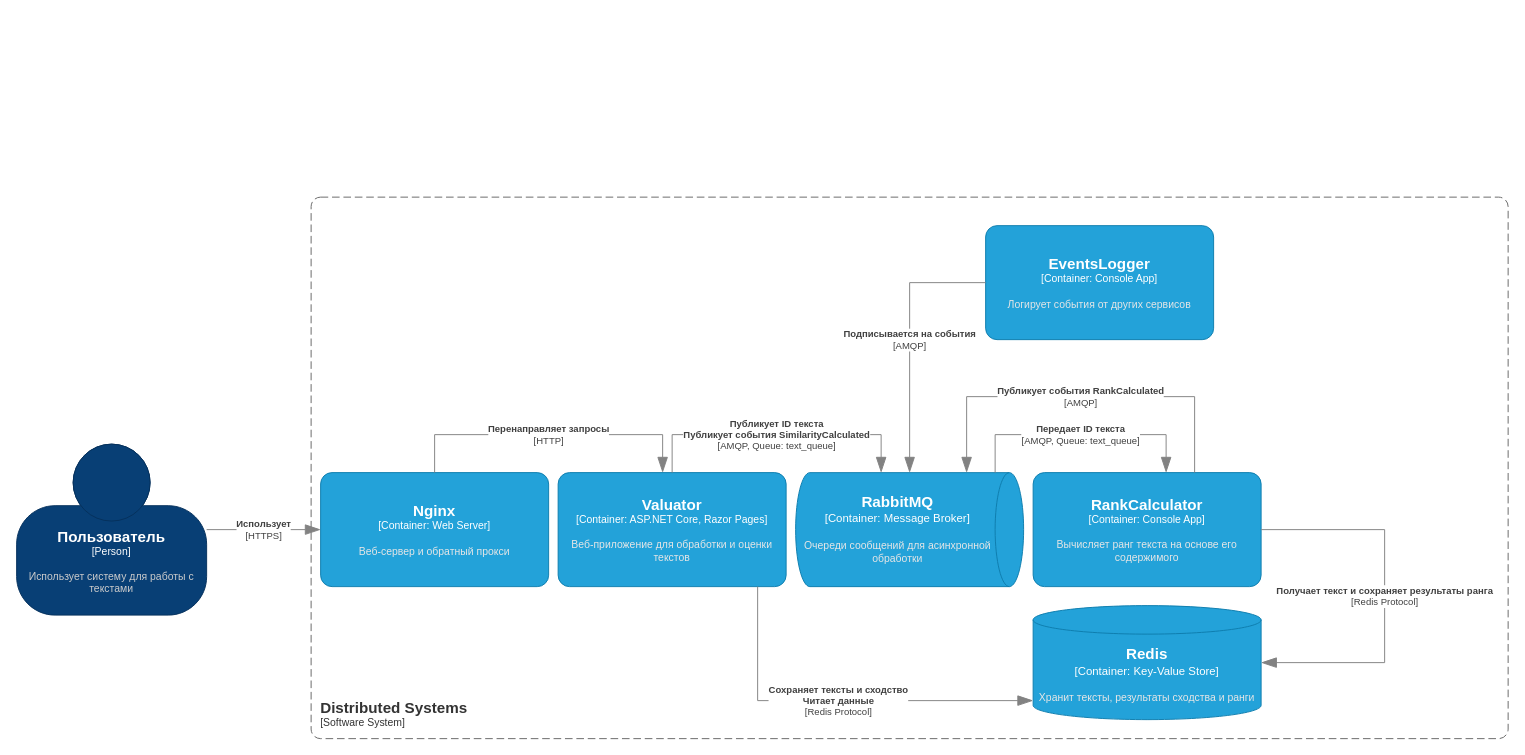
Before: lab-5/C4.drawio in roman-kutimskii/distributed-systems, a draw.io diagram. Source tidied: cells renumbered, new cells numbered last; positions are measured from the earlier drawing's top-left corner, leaving out a move shared by most shapes. Both pictures are drawn from the tidied source at 95%, with x=0, y=0 at pixel (16, 197).
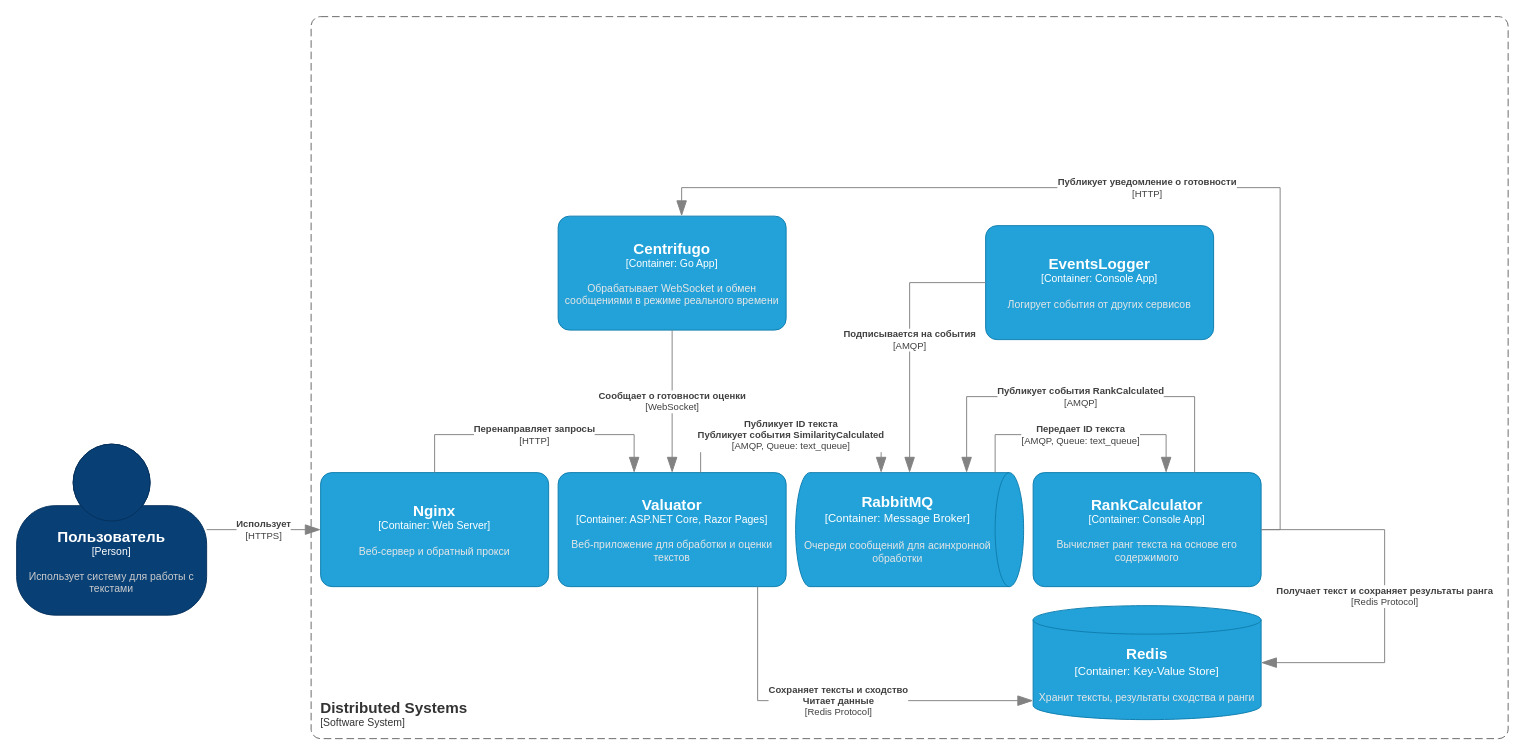
The same page after the edit.

Commit message:
Обновить схему

Unchanged cells that the change refers to:
```xml
<object id="4" label="&lt;font style=&quot;font-size: 16px&quot;&gt;&lt;b&gt;%c4Name%&lt;/b&gt;&lt;/font&gt;&lt;div&gt;[%c4Type%: %c4Technology%]&lt;/div&gt;&lt;br&gt;&lt;div&gt;&lt;font style=&quot;font-size: 11px&quot;&gt;&lt;font color=&quot;#E6E6E6&quot;&gt;%c4Description%&lt;/font&gt;&lt;/div&gt;" c4Description="Веб-сервер и обратный прокси" c4Name="Nginx" c4Technology="Web Server" c4Type="Container" placeholders="1">
  <mxCell style="rounded=1;whiteSpace=wrap;html=1;fontSize=11;labelBackgroundColor=none;fillColor=#23A2D9;fontColor=#ffffff;align=center;arcSize=10;strokeColor=#0E7DAD;points=[[0.25,0,0],[0.5,0,0],[0.75,0,0],[1,0.25,0],[1,0.5,0],[1,0.75,0],[0.75,1,0],[0.5,1,0],[0.25,1,0],[0,0.75,0],[0,0.5,0],[0,0.25,0]];" parent="1" vertex="1">
    <mxGeometry x="320" y="290" width="240" height="120" as="geometry" />
  </mxCell>
</object>
<object id="6" label="&lt;font style=&quot;font-size: 16px&quot;&gt;&lt;b&gt;%c4Name%&lt;/b&gt;&lt;/font&gt;&lt;div&gt;[%c4Type%: %c4Technology%]&lt;/div&gt;&lt;br&gt;&lt;div&gt;&lt;font style=&quot;font-size: 11px&quot;&gt;&lt;font color=&quot;#E6E6E6&quot;&gt;%c4Description%&lt;/font&gt;&lt;/div&gt;" c4Description="Веб-приложение для обработки и оценки текстов" c4Name="Valuator" c4Technology="ASP.NET Core, Razor Pages" c4Type="Container" placeholders="1">
  <mxCell style="rounded=1;whiteSpace=wrap;html=1;fontSize=11;labelBackgroundColor=none;fillColor=#23A2D9;fontColor=#ffffff;align=center;arcSize=10;strokeColor=#0E7DAD;points=[[0.25,0,0],[0.5,0,0],[0.75,0,0],[1,0.25,0],[1,0.5,0],[1,0.75,0],[0.75,1,0],[0.5,1,0],[0.25,1,0],[0,0.75,0],[0,0.5,0],[0,0.25,0]];" parent="1" vertex="1">
    <mxGeometry x="570" y="290" width="240" height="120" as="geometry" />
  </mxCell>
</object>
<object id="8" label="&lt;font style=&quot;font-size: 16px&quot;&gt;&lt;b&gt;%c4Name%&lt;/b&gt;&lt;/font&gt;&lt;div&gt;[%c4Type%:&amp;nbsp;%c4Technology%]&lt;/div&gt;&lt;br&gt;&lt;div&gt;&lt;font style=&quot;font-size: 11px&quot;&gt;&lt;font color=&quot;#E6E6E6&quot;&gt;%c4Description%&lt;/font&gt;&lt;/div&gt;" c4Description="Очереди сообщений для асинхронной обработки" c4Name="RabbitMQ" c4Technology="Message Broker" c4Type="Container" placeholders="1">
  <mxCell style="shape=cylinder3;size=15;direction=south;whiteSpace=wrap;html=1;boundedLbl=1;rounded=0;labelBackgroundColor=none;fillColor=#23A2D9;fontSize=12;fontColor=#ffffff;align=center;strokeColor=#0E7DAD;points=[[0.5,0,0],[1,0.25,0],[1,0.5,0],[1,0.75,0],[0.5,1,0],[0,0.75,0],[0,0.5,0],[0,0.25,0]];" parent="1" vertex="1">
    <mxGeometry x="820" y="290" width="240" height="120" as="geometry" />
  </mxCell>
</object>
<object id="10" label="&lt;font style=&quot;font-size: 16px&quot;&gt;&lt;b&gt;%c4Name%&lt;/b&gt;&lt;/font&gt;&lt;div&gt;[%c4Type%: %c4Technology%]&lt;/div&gt;&lt;br&gt;&lt;div&gt;&lt;font style=&quot;font-size: 11px&quot;&gt;&lt;font color=&quot;#E6E6E6&quot;&gt;%c4Description%&lt;/font&gt;&lt;/div&gt;" c4Description="Вычисляет ранг текста на основе его содержимого" c4Name="RankCalculator" c4Technology="Console App" c4Type="Container" placeholders="1">
  <mxCell style="rounded=1;whiteSpace=wrap;html=1;fontSize=11;labelBackgroundColor=none;fillColor=#23A2D9;fontColor=#ffffff;align=center;arcSize=10;strokeColor=#0E7DAD;points=[[0.25,0,0],[0.5,0,0],[0.75,0,0],[1,0.25,0],[1,0.5,0],[1,0.75,0],[0.75,1,0],[0.5,1,0],[0.25,1,0],[0,0.75,0],[0,0.5,0],[0,0.25,0]];" parent="1" vertex="1">
    <mxGeometry x="1070" y="290" width="240" height="120" as="geometry" />
  </mxCell>
</object>
```

The edit, as a diff of the source:
```diff
@@
     <object id="3" label="&lt;font style=&quot;font-size: 16px&quot;&gt;&lt;b&gt;&lt;div style=&quot;text-align: left&quot;&gt;%c4Name%&lt;/div&gt;&lt;/b&gt;&lt;/font&gt;&lt;div style=&quot;text-align: left&quot;&gt;[%c4Application%]&lt;/div&gt;" c4Application="Software System" c4Name="Distributed Systems" placeholders="1">
       <mxCell style="rounded=1;fontSize=11;whiteSpace=wrap;html=1;dashed=1;arcSize=20;fillColor=none;strokeColor=#666666;fontColor=#333333;labelBackgroundColor=none;align=left;verticalAlign=bottom;labelBorderColor=none;spacingTop=0;spacing=10;dashPattern=8 4;perimeter=rectanglePerimeter;noLabel=0;labelPadding=0;absoluteArcSize=1;" parent="1" vertex="1">
-        <mxGeometry x="310" width="1260" height="570" as="geometry" />
+        <mxGeometry x="310" y="-190" width="1260" height="760" as="geometry" />
       </mxCell>
     </object>
@@
     <object id="7" label="&lt;div style=&quot;text-align: left&quot;&gt;&lt;div style=&quot;text-align: center&quot;&gt;&lt;b&gt;%c4Description%&lt;/b&gt;&lt;/div&gt;&lt;div style=&quot;text-align: center&quot;&gt;[%c4Technology%]&lt;/div&gt;&lt;/div&gt;" c4Description="Перенаправляет запросы" c4Technology="HTTP" placeholders="1">
       <mxCell style="endArrow=blockThin;html=1;fontSize=10;fontColor=#404040;strokeWidth=1;endFill=1;strokeColor=#828282;elbow=vertical;endSize=14;startSize=14;jumpStyle=arc;jumpSize=16;rounded=0;edgeStyle=orthogonalEdgeStyle;" parent="1" edge="1" source="4" target="6">
         <mxGeometry relative="1" as="geometry">
           <Array as="points">
             <mxPoint x="440" y="250" />
-            <mxPoint x="680" y="250" />
+            <mxPoint x="650" y="250" />
           </Array>
         </mxGeometry>
       </mxCell>
     </object>
@@
     <object id="9" label="&lt;div style=&quot;text-align: left&quot;&gt;&lt;div style=&quot;text-align: center&quot;&gt;&lt;b&gt;%c4Description%&lt;/b&gt;&lt;/div&gt;&lt;div style=&quot;text-align: center&quot;&gt;[%c4Technology%]&lt;/div&gt;&lt;/div&gt;" c4Description="Публикует ID текста&#10;Публикует события SimilarityCalculated" c4Technology="AMQP, Queue: text_queue" placeholders="1">
       <mxCell style="endArrow=blockThin;html=1;fontSize=10;fontColor=#404040;strokeWidth=1;endFill=1;strokeColor=#828282;elbow=vertical;endSize=14;startSize=14;jumpStyle=arc;jumpSize=16;rounded=0;edgeStyle=orthogonalEdgeStyle;" parent="1" edge="1" source="6" target="8">
         <mxGeometry relative="1" as="geometry">
           <Array as="points">
-            <mxPoint x="690" y="250" />
+            <mxPoint x="720" y="250" />
             <mxPoint x="910" y="250" />
           </Array>
         </mxGeometry>
       </mxCell>
     </object>
@@
+    <object id="18" label="&lt;font style=&quot;font-size: 16px&quot;&gt;&lt;b&gt;%c4Name%&lt;/b&gt;&lt;/font&gt;&lt;div&gt;[%c4Type%: %c4Technology%]&lt;/div&gt;&lt;br&gt;&lt;div&gt;&lt;font style=&quot;font-size: 11px&quot;&gt;&lt;font color=&quot;#E6E6E6&quot;&gt;%c4Description%&lt;/font&gt;&lt;/div&gt;" c4Description="Обрабатывает WebSocket и обмен сообщениями в режиме реального времени" c4Name="Centrifugo" c4Technology="Go App" c4Type="Container" placeholders="1">
+      <mxCell style="rounded=1;whiteSpace=wrap;html=1;fontSize=11;labelBackgroundColor=none;fillColor=#23A2D9;fontColor=#ffffff;align=center;arcSize=10;strokeColor=#0E7DAD;points=[[0.25,0,0],[0.5,0,0],[0.75,0,0],[1,0.25,0],[1,0.5,0],[1,0.75,0],[0.75,1,0],[0.5,1,0],[0.25,1,0],[0,0.75,0],[0,0.5,0],[0,0.25,0]];" parent="1" vertex="1">
+        <mxGeometry x="570" y="20" width="240" height="120" as="geometry" />
+      </mxCell>
+    </object>
+    <object id="19" label="&lt;div style=&quot;text-align: left&quot;&gt;&lt;div style=&quot;text-align: center&quot;&gt;&lt;b&gt;%c4Description%&lt;/b&gt;&lt;/div&gt;&lt;div style=&quot;text-align: center&quot;&gt;[%c4Technology%]&lt;/div&gt;&lt;/div&gt;" c4Description="Публикует уведомление о готовности" c4Technology="HTTP" placeholders="1">
+      <mxCell style="endArrow=blockThin;html=1;fontSize=10;fontColor=#404040;strokeWidth=1;endFill=1;strokeColor=#828282;elbow=vertical;endSize=14;startSize=14;jumpStyle=arc;jumpSize=16;rounded=0;edgeStyle=orthogonalEdgeStyle;" parent="1" edge="1" source="10" target="18">
+        <mxGeometry relative="1" as="geometry">
+          <Array as="points">
+            <mxPoint x="1330" y="350" />
+            <mxPoint x="1330" y="-10" />
+            <mxPoint x="700" y="-10" />
+          </Array>
+        </mxGeometry>
+      </mxCell>
+    </object>
+    <object id="20" label="&lt;div style=&quot;text-align: left&quot;&gt;&lt;div style=&quot;text-align: center&quot;&gt;&lt;b&gt;%c4Description%&lt;/b&gt;&lt;/div&gt;&lt;div style=&quot;text-align: center&quot;&gt;[%c4Technology%]&lt;/div&gt;&lt;/div&gt;" c4Description="Сообщает о готовности оценки" c4Technology="WebSocket" placeholders="1">
+      <mxCell style="endArrow=blockThin;html=1;fontSize=10;fontColor=#404040;strokeWidth=1;endFill=1;strokeColor=#828282;elbow=vertical;endSize=14;startSize=14;jumpStyle=arc;jumpSize=16;rounded=0;edgeStyle=orthogonalEdgeStyle;" parent="1" edge="1" source="18" target="6">
+        <mxGeometry relative="1" as="geometry" />
+      </mxCell>
+    </object>
```
